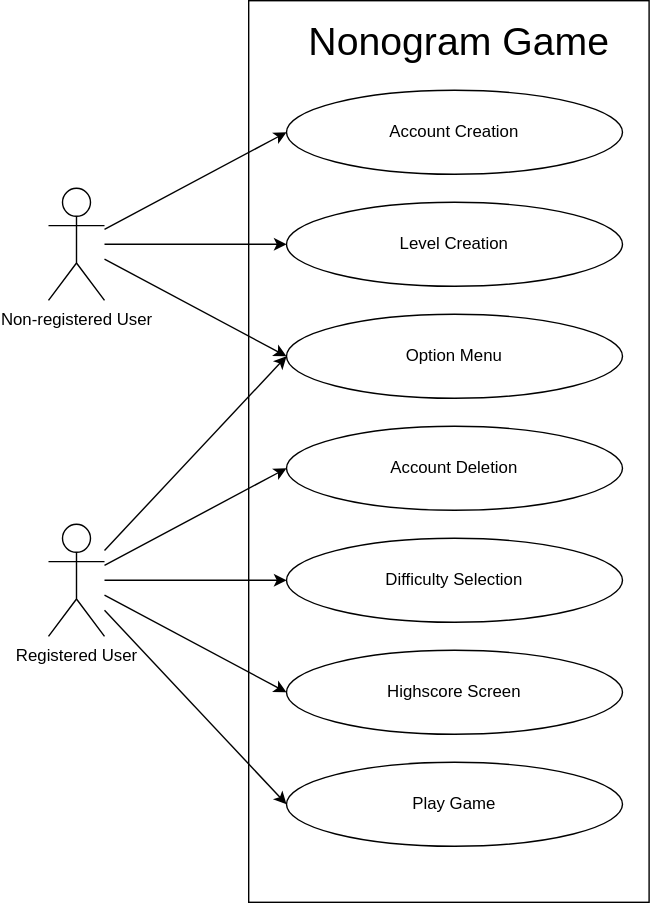
tanjinhung/Nonogram keeps this draw.io diagram as diagram/usecase_diagram.drawio.svg. Above is the earlier version. Source tidied: cells renumbered, new cells last; positions are measured from the earlier drawing's top-left corner, leaving out a move shared by most shapes.
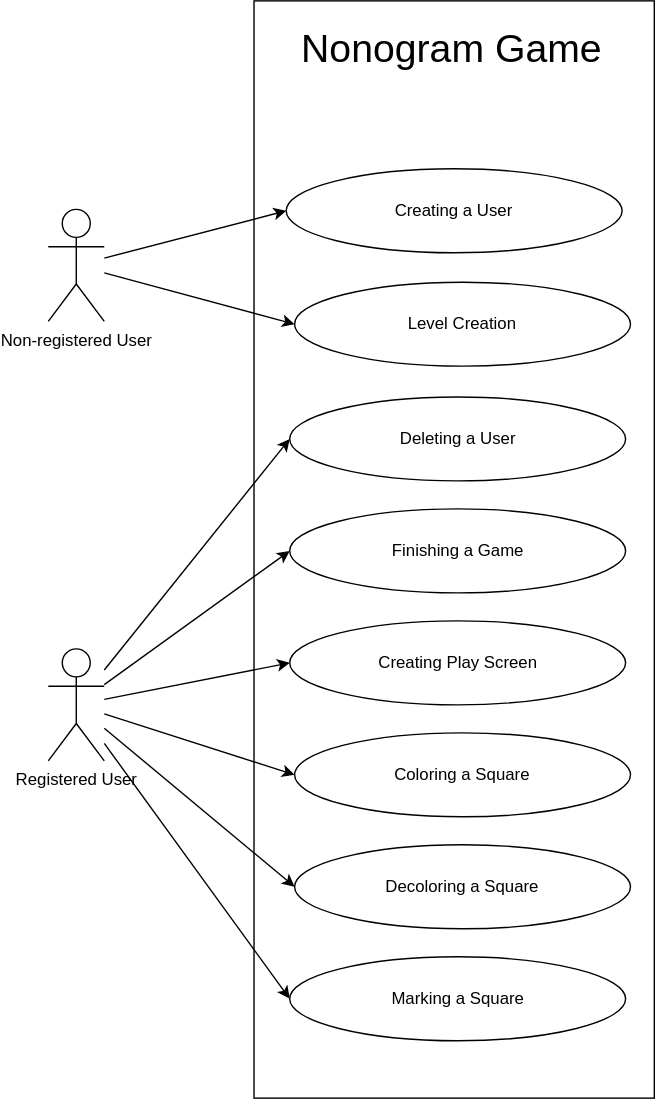
After the commit.

What changed in the source:
```diff
@@ -1,12 +1,21 @@
-<mxGraphModel background="#FFFFFF">
+<mxGraphModel background="#ffffff">
   <root>
     <mxCell id="0" />
     <mxCell id="1" parent="0" />
+    <mxCell id="19" style="rounded=0;whiteSpace=wrap;html=1;strokeColor=default;fillColor=none;" parent="1" vertex="1">
+      <mxGeometry x="152" y="-5" width="286" height="784" as="geometry" />
+    </mxCell>
     <mxCell id="2" value="Non-registered User" style="shape=umlActor;verticalLabelPosition=bottom;verticalAlign=top;html=1;outlineConnect=0;" parent="1" vertex="1">
-      <mxGeometry y="134" width="40" height="80" as="geometry" />
+      <mxGeometry x="5" y="144" width="40" height="80" as="geometry" />
     </mxCell>
+    <mxCell id="21" style="edgeStyle=none;curved=1;rounded=0;jettySize=auto;html=1;entryX=0;entryY=0.5;entryDx=0;entryDy=0;endArrow=classic;startSize=6;endSize=6;sourcePerimeterSpacing=0;targetPerimeterSpacing=0;endFill=1;" parent="1" edge="1" source="3" target="23">
+      <mxGeometry relative="1" as="geometry" />
+    </mxCell>
+    <mxCell id="22" style="edgeStyle=none;curved=1;rounded=0;jettySize=auto;html=1;entryX=0;entryY=0.5;entryDx=0;entryDy=0;endArrow=classic;endFill=1;startSize=6;endSize=6;sourcePerimeterSpacing=0;targetPerimeterSpacing=0;" parent="1" edge="1" source="3" target="24">
+      <mxGeometry relative="1" as="geometry" />
+    </mxCell>
     <mxCell id="3" value="Registered User" style="shape=umlActor;verticalLabelPosition=bottom;verticalAlign=top;html=1;outlineConnect=0;" parent="1" vertex="1">
-      <mxGeometry y="374" width="40" height="80" as="geometry" />
+      <mxGeometry x="5" y="458" width="40" height="80" as="geometry" />
     </mxCell>
     <mxCell id="4" style="edgeStyle=none;html=1;entryX=0;entryY=0.5;entryDx=0;entryDy=0;" parent="1" edge="1" source="2" target="12">
       <mxGeometry relative="1" as="geometry" />
@@ -14,12 +23,6 @@
     <mxCell id="5" style="edgeStyle=none;html=1;entryX=0;entryY=0.5;entryDx=0;entryDy=0;" parent="1" edge="1" source="2" target="13">
       <mxGeometry relative="1" as="geometry" />
     </mxCell>
-    <mxCell id="6" style="edgeStyle=none;html=1;entryX=0;entryY=0.5;entryDx=0;entryDy=0;" parent="1" edge="1" source="2" target="14">
-      <mxGeometry relative="1" as="geometry" />
-    </mxCell>
-    <mxCell id="7" style="edgeStyle=none;html=1;entryX=0;entryY=0.5;entryDx=0;entryDy=0;" parent="1" edge="1" source="3" target="14">
-      <mxGeometry relative="1" as="geometry" />
-    </mxCell>
     <mxCell id="8" style="edgeStyle=none;html=1;entryX=0;entryY=0.5;entryDx=0;entryDy=0;" parent="1" edge="1" source="3" target="15">
       <mxGeometry relative="1" as="geometry" />
     </mxCell>
@@ -32,32 +35,32 @@
     <mxCell id="11" style="edgeStyle=none;html=1;entryX=0;entryY=0.5;entryDx=0;entryDy=0;" parent="1" edge="1" source="3" target="18">
       <mxGeometry relative="1" as="geometry" />
     </mxCell>
-    <mxCell id="12" value="Account Creation" style="ellipse;whiteSpace=wrap;html=1;" parent="1" vertex="1">
-      <mxGeometry x="170" y="64" width="240" height="60" as="geometry" />
+    <mxCell id="12" value="Creating a User" style="ellipse;whiteSpace=wrap;html=1;" parent="1" vertex="1">
+      <mxGeometry x="175" y="115" width="240" height="60" as="geometry" />
     </mxCell>
     <mxCell id="13" value="Level Creation" style="ellipse;whiteSpace=wrap;html=1;" parent="1" vertex="1">
-      <mxGeometry x="170" y="144" width="240" height="60" as="geometry" />
+      <mxGeometry x="181" y="196" width="240" height="60" as="geometry" />
     </mxCell>
-    <mxCell id="14" value="Option Menu" style="ellipse;whiteSpace=wrap;html=1;" parent="1" vertex="1">
-      <mxGeometry x="170" y="224" width="240" height="60" as="geometry" />
-    </mxCell>
-    <mxCell id="15" value="Account Deletion" style="ellipse;whiteSpace=wrap;html=1;" parent="1" vertex="1">
-      <mxGeometry x="170" y="304" width="240" height="60" as="geometry" />
+    <mxCell id="15" value="Deleting a User" style="ellipse;whiteSpace=wrap;html=1;" parent="1" vertex="1">
+      <mxGeometry x="177.5" y="278" width="240" height="60" as="geometry" />
     </mxCell>
-    <mxCell id="16" value="Difficulty Selection" style="ellipse;whiteSpace=wrap;html=1;" parent="1" vertex="1">
-      <mxGeometry x="170" y="384" width="240" height="60" as="geometry" />
+    <mxCell id="16" value="Finishing a Game" style="ellipse;whiteSpace=wrap;html=1;" parent="1" vertex="1">
+      <mxGeometry x="177.5" y="358" width="240" height="60" as="geometry" />
     </mxCell>
-    <mxCell id="17" value="Highscore Screen" style="ellipse;whiteSpace=wrap;html=1;" parent="1" vertex="1">
-      <mxGeometry x="170" y="464" width="240" height="60" as="geometry" />
+    <mxCell id="17" value="Creating Play Screen" style="ellipse;whiteSpace=wrap;html=1;" parent="1" vertex="1">
+      <mxGeometry x="177.5" y="438" width="240" height="60" as="geometry" />
     </mxCell>
-    <mxCell id="18" value="Play Game" style="ellipse;whiteSpace=wrap;html=1;" parent="1" vertex="1">
-      <mxGeometry x="170" y="544" width="240" height="60" as="geometry" />
+    <mxCell id="18" value="Coloring a Square" style="ellipse;whiteSpace=wrap;html=1;" parent="1" vertex="1">
+      <mxGeometry x="181" y="518" width="240" height="60" as="geometry" />
     </mxCell>
-    <mxCell id="19" style="rounded=0;whiteSpace=wrap;html=1;strokeColor=default;fillColor=none;" parent="1" vertex="1">
-      <mxGeometry x="143" width="286" height="644" as="geometry" />
-    </mxCell>
     <mxCell id="20" value="Nonogram Game" style="text;html=1;strokeColor=none;fillColor=none;align=center;verticalAlign=middle;whiteSpace=wrap;rounded=0;fontSize=28;" parent="1" vertex="1">
       <mxGeometry x="181" y="14" width="225" height="30" as="geometry" />
     </mxCell>
+    <mxCell id="23" value="Decoloring a Square" style="ellipse;whiteSpace=wrap;html=1;" parent="1" vertex="1">
+      <mxGeometry x="181" y="598" width="240" height="60" as="geometry" />
+    </mxCell>
+    <mxCell id="24" value="Marking a Square" style="ellipse;whiteSpace=wrap;html=1;" parent="1" vertex="1">
+      <mxGeometry x="177.5" y="678" width="240" height="60" as="geometry" />
+    </mxCell>
   </root>
 </mxGraphModel>
```
